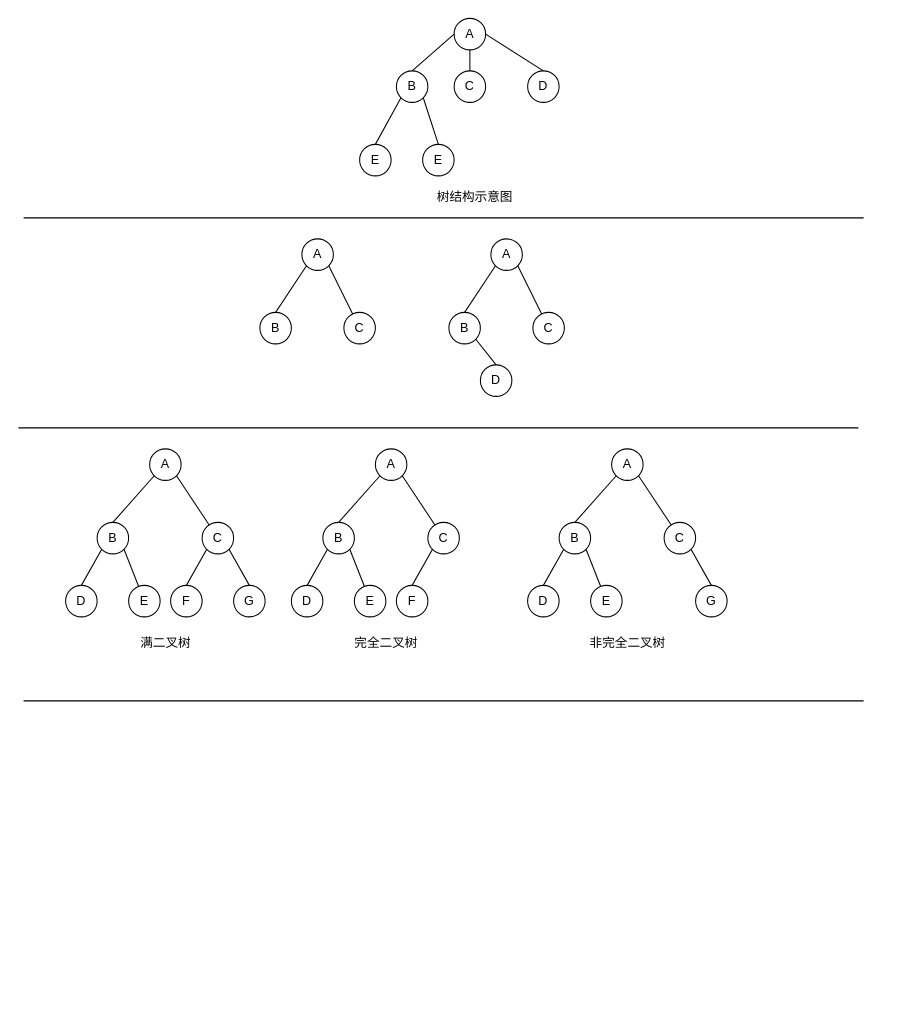
Earlier version of the draw.io diagram src/软考/软件设计师中级/上午题/tree.drawio (zhangyinyuan/study-note). Source tidied: cells renumbered, new cells numbered last; positions are measured from the earlier drawing's top-left corner, leaving out a move shared by most shapes. Both pictures are drawn from the tidied source at 105%, with x=0, y=0 at pixel (18, 18).
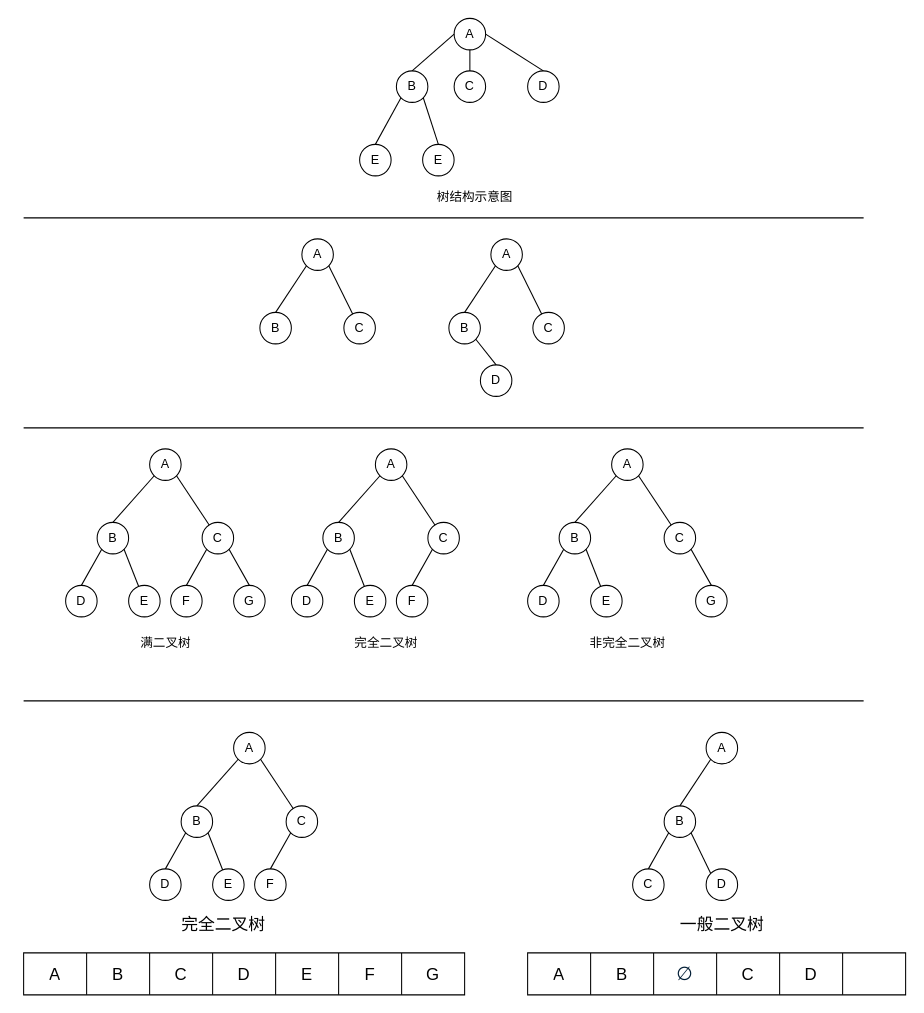
The same page after the edit.

Change to the diagram source:
```diff
@@
     <mxCell id="27" style="endArrow=none;html=1;" parent="1" edge="1">
       <mxGeometry relative="1" as="geometry">
-        <mxPoint y="390" as="sourcePoint" />
-        <mxPoint x="800" y="390" as="targetPoint" />
+        <mxPoint x="5" y="390" as="sourcePoint" />
+        <mxPoint x="805" y="390" as="targetPoint" />
       </mxGeometry>
     </mxCell>
@@
+    <mxCell id="67" value="A" style="ellipse;whiteSpace=wrap;html=1;" parent="1" vertex="1">
+      <mxGeometry x="205" y="680" width="30" height="30" as="geometry" />
+    </mxCell>
+    <mxCell id="68" value="B" style="ellipse;whiteSpace=wrap;html=1;" parent="1" vertex="1">
+      <mxGeometry x="155" y="750" width="30" height="30" as="geometry" />
+    </mxCell>
+    <mxCell id="69" value="C" style="ellipse;whiteSpace=wrap;html=1;" parent="1" vertex="1">
+      <mxGeometry x="255" y="750" width="30" height="30" as="geometry" />
+    </mxCell>
+    <mxCell id="70" style="endArrow=none;html=1;entryX=0;entryY=1;entryDx=0;entryDy=0;exitX=0.5;exitY=0;exitDx=0;exitDy=0;" parent="1" edge="1" source="68" target="67">
+      <mxGeometry relative="1" as="geometry" />
+    </mxCell>
+    <mxCell id="71" style="endArrow=none;html=1;entryX=1;entryY=1;entryDx=0;entryDy=0;" parent="1" edge="1" source="69" target="67">
+      <mxGeometry relative="1" as="geometry" />
+    </mxCell>
+    <mxCell id="72" value="D" style="ellipse;whiteSpace=wrap;html=1;" parent="1" vertex="1">
+      <mxGeometry x="125" y="810" width="30" height="30" as="geometry" />
+    </mxCell>
+    <mxCell id="73" value="E" style="ellipse;whiteSpace=wrap;html=1;" parent="1" vertex="1">
+      <mxGeometry x="185" y="810" width="30" height="30" as="geometry" />
+    </mxCell>
+    <mxCell id="74" style="endArrow=none;html=1;entryX=0;entryY=1;entryDx=0;entryDy=0;exitX=0.5;exitY=0;exitDx=0;exitDy=0;" parent="1" edge="1" source="72" target="68">
+      <mxGeometry relative="1" as="geometry" />
+    </mxCell>
+    <mxCell id="75" style="endArrow=none;html=1;entryX=1;entryY=1;entryDx=0;entryDy=0;" parent="1" edge="1" source="73" target="68">
+      <mxGeometry relative="1" as="geometry" />
+    </mxCell>
+    <mxCell id="76" value="F" style="ellipse;whiteSpace=wrap;html=1;" parent="1" vertex="1">
+      <mxGeometry x="225" y="810" width="30" height="30" as="geometry" />
+    </mxCell>
+    <mxCell id="77" style="endArrow=none;html=1;entryX=0;entryY=1;entryDx=0;entryDy=0;exitX=0.5;exitY=0;exitDx=0;exitDy=0;" parent="1" edge="1" source="76" target="69">
+      <mxGeometry relative="1" as="geometry" />
+    </mxCell>
+    <mxCell id="78" style="shape=table;startSize=0;childLayout=tableLayout;strokeColor=default;align=center;verticalAlign=middle;fontFamily=Helvetica;fontSize=16;fontColor=default;fillColor=default;" parent="1" vertex="1">
+      <mxGeometry x="5" y="890" width="420" height="40" as="geometry" />
+    </mxCell>
+    <mxCell id="79" style="shape=tableRow;horizontal=0;startSize=0;swimlaneHead=0;swimlaneBody=0;strokeColor=inherit;top=0;left=0;bottom=0;right=0;fillColor=none;align=center;verticalAlign=middle;fontFamily=Helvetica;fontSize=16;fontColor=default;" parent="78" vertex="1">
+      <mxGeometry width="420" height="40" as="geometry" />
+    </mxCell>
+    <mxCell id="80" value="A" style="shape=partialRectangle;html=1;whiteSpace=wrap;strokeColor=inherit;overflow=hidden;fillColor=none;top=0;left=0;bottom=0;right=0;align=center;verticalAlign=middle;fontFamily=Helvetica;fontSize=16;fontColor=default;" parent="79" vertex="1">
+      <mxGeometry width="60" height="40" as="geometry" />
+    </mxCell>
+    <mxCell id="81" value="B" style="shape=partialRectangle;html=1;whiteSpace=wrap;strokeColor=inherit;overflow=hidden;fillColor=none;top=0;left=0;bottom=0;right=0;align=center;verticalAlign=middle;fontFamily=Helvetica;fontSize=16;fontColor=default;" parent="79" vertex="1">
+      <mxGeometry x="60" width="60" height="40" as="geometry" />
+    </mxCell>
+    <mxCell id="82" value="C" style="shape=partialRectangle;html=1;whiteSpace=wrap;strokeColor=inherit;overflow=hidden;fillColor=none;top=0;left=0;bottom=0;right=0;align=center;verticalAlign=middle;fontFamily=Helvetica;fontSize=16;fontColor=default;" parent="79" vertex="1">
+      <mxGeometry x="120" width="60" height="40" as="geometry" />
+    </mxCell>
+    <mxCell id="83" value="D" style="shape=partialRectangle;html=1;whiteSpace=wrap;strokeColor=inherit;overflow=hidden;fillColor=none;top=0;left=0;bottom=0;right=0;align=center;verticalAlign=middle;fontFamily=Helvetica;fontSize=16;fontColor=default;" parent="79" vertex="1">
+      <mxGeometry x="180" width="60" height="40" as="geometry" />
+    </mxCell>
+    <mxCell id="84" value="E" style="shape=partialRectangle;html=1;whiteSpace=wrap;strokeColor=inherit;overflow=hidden;fillColor=none;top=0;left=0;bottom=0;right=0;align=center;verticalAlign=middle;fontFamily=Helvetica;fontSize=16;fontColor=default;" parent="79" vertex="1">
+      <mxGeometry x="240" width="60" height="40" as="geometry" />
+    </mxCell>
+    <mxCell id="85" value="F" style="shape=partialRectangle;html=1;whiteSpace=wrap;strokeColor=inherit;overflow=hidden;fillColor=none;top=0;left=0;bottom=0;right=0;align=center;verticalAlign=middle;fontFamily=Helvetica;fontSize=16;fontColor=default;" parent="79" vertex="1">
+      <mxGeometry x="300" width="60" height="40" as="geometry" />
+    </mxCell>
+    <mxCell id="86" value="G" style="shape=partialRectangle;html=1;whiteSpace=wrap;strokeColor=inherit;overflow=hidden;fillColor=none;top=0;left=0;bottom=0;right=0;align=center;verticalAlign=middle;fontFamily=Helvetica;fontSize=16;fontColor=default;" parent="79" vertex="1">
+      <mxGeometry x="360" width="60" height="40" as="geometry" />
+    </mxCell>
+    <mxCell id="87" value="A" style="ellipse;whiteSpace=wrap;html=1;" parent="1" vertex="1">
+      <mxGeometry x="655" y="680" width="30" height="30" as="geometry" />
+    </mxCell>
+    <mxCell id="88" value="B" style="ellipse;whiteSpace=wrap;html=1;" parent="1" vertex="1">
+      <mxGeometry x="615" y="750" width="30" height="30" as="geometry" />
+    </mxCell>
+    <mxCell id="89" value="C" style="ellipse;whiteSpace=wrap;html=1;" parent="1" vertex="1">
+      <mxGeometry x="585" y="810" width="30" height="30" as="geometry" />
+    </mxCell>
+    <mxCell id="90" style="endArrow=none;html=1;entryX=0;entryY=1;entryDx=0;entryDy=0;exitX=0.5;exitY=0;exitDx=0;exitDy=0;" parent="1" edge="1" source="88" target="87">
+      <mxGeometry relative="1" as="geometry" />
+    </mxCell>
+    <mxCell id="91" style="endArrow=none;html=1;entryX=0;entryY=1;entryDx=0;entryDy=0;" parent="1" edge="1" target="88">
+      <mxGeometry relative="1" as="geometry">
+        <mxPoint x="600" y="810" as="sourcePoint" />
+      </mxGeometry>
+    </mxCell>
+    <mxCell id="92" value="D" style="ellipse;whiteSpace=wrap;html=1;" parent="1" vertex="1">
+      <mxGeometry x="655" y="810" width="30" height="30" as="geometry" />
+    </mxCell>
+    <mxCell id="93" style="endArrow=none;html=1;entryX=1;entryY=1;entryDx=0;entryDy=0;exitX=0;exitY=0;exitDx=0;exitDy=0;" parent="1" edge="1" source="92" target="88">
+      <mxGeometry relative="1" as="geometry" />
+    </mxCell>
+    <mxCell id="94" style="shape=table;startSize=0;childLayout=tableLayout;strokeColor=default;align=center;verticalAlign=middle;fontFamily=Helvetica;fontSize=16;fontColor=default;fillColor=default;" parent="1" vertex="1">
+      <mxGeometry x="485" y="890" width="360" height="40" as="geometry" />
+    </mxCell>
+    <mxCell id="95" style="shape=tableRow;horizontal=0;startSize=0;swimlaneHead=0;swimlaneBody=0;strokeColor=inherit;top=0;left=0;bottom=0;right=0;fillColor=none;align=center;verticalAlign=middle;fontFamily=Helvetica;fontSize=16;fontColor=default;" parent="94" vertex="1">
+      <mxGeometry width="360" height="40" as="geometry" />
+    </mxCell>
+    <mxCell id="96" value="A" style="shape=partialRectangle;html=1;whiteSpace=wrap;strokeColor=inherit;overflow=hidden;fillColor=none;top=0;left=0;bottom=0;right=0;align=center;verticalAlign=middle;fontFamily=Helvetica;fontSize=16;fontColor=default;" parent="95" vertex="1">
+      <mxGeometry width="60" height="40" as="geometry" />
+    </mxCell>
+    <mxCell id="97" value="B" style="shape=partialRectangle;html=1;whiteSpace=wrap;strokeColor=inherit;overflow=hidden;fillColor=none;top=0;left=0;bottom=0;right=0;align=center;verticalAlign=middle;fontFamily=Helvetica;fontSize=16;fontColor=default;" parent="95" vertex="1">
+      <mxGeometry x="60" width="60" height="40" as="geometry" />
+    </mxCell>
+    <mxCell id="98" value="&lt;span style=&quot;color: rgb(0, 29, 53); font-family: Arial, sans-serif; font-size: 18px; text-align: start; background-color: rgb(255, 255, 255);&quot;&gt;∅&lt;/span&gt;" style="shape=partialRectangle;html=1;whiteSpace=wrap;strokeColor=inherit;overflow=hidden;fillColor=none;top=0;left=0;bottom=0;right=0;align=center;verticalAlign=middle;fontFamily=Helvetica;fontSize=16;fontColor=default;" parent="95" vertex="1">
+      <mxGeometry x="120" width="60" height="40" as="geometry" />
+    </mxCell>
+    <mxCell id="99" value="C" style="shape=partialRectangle;html=1;whiteSpace=wrap;strokeColor=inherit;overflow=hidden;fillColor=none;top=0;left=0;bottom=0;right=0;align=center;verticalAlign=middle;fontFamily=Helvetica;fontSize=16;fontColor=default;" parent="95" vertex="1">
+      <mxGeometry x="180" width="60" height="40" as="geometry" />
+    </mxCell>
+    <mxCell id="100" value="D" style="shape=partialRectangle;html=1;whiteSpace=wrap;strokeColor=inherit;overflow=hidden;fillColor=none;top=0;left=0;bottom=0;right=0;align=center;verticalAlign=middle;fontFamily=Helvetica;fontSize=16;fontColor=default;" parent="95" vertex="1">
+      <mxGeometry x="240" width="60" height="40" as="geometry" />
+    </mxCell>
+    <mxCell id="101" style="shape=partialRectangle;html=1;whiteSpace=wrap;strokeColor=inherit;overflow=hidden;fillColor=none;top=0;left=0;bottom=0;right=0;align=center;verticalAlign=middle;fontFamily=Helvetica;fontSize=16;fontColor=default;" parent="95" vertex="1">
+      <mxGeometry x="300" width="60" height="40" as="geometry" />
+    </mxCell>
+    <mxCell id="102" value="完全二叉树" style="text;html=1;align=center;verticalAlign=middle;strokeColor=none;fillColor=none;fontFamily=Helvetica;fontSize=16;fontColor=default;" parent="1" vertex="1">
+      <mxGeometry x="145" y="848" width="100" height="30" as="geometry" />
+    </mxCell>
+    <mxCell id="103" value="一般二叉树" style="text;html=1;align=center;verticalAlign=middle;strokeColor=none;fillColor=none;fontFamily=Helvetica;fontSize=16;fontColor=default;" parent="1" vertex="1">
+      <mxGeometry x="620" y="848" width="100" height="30" as="geometry" />
+    </mxCell>
```
